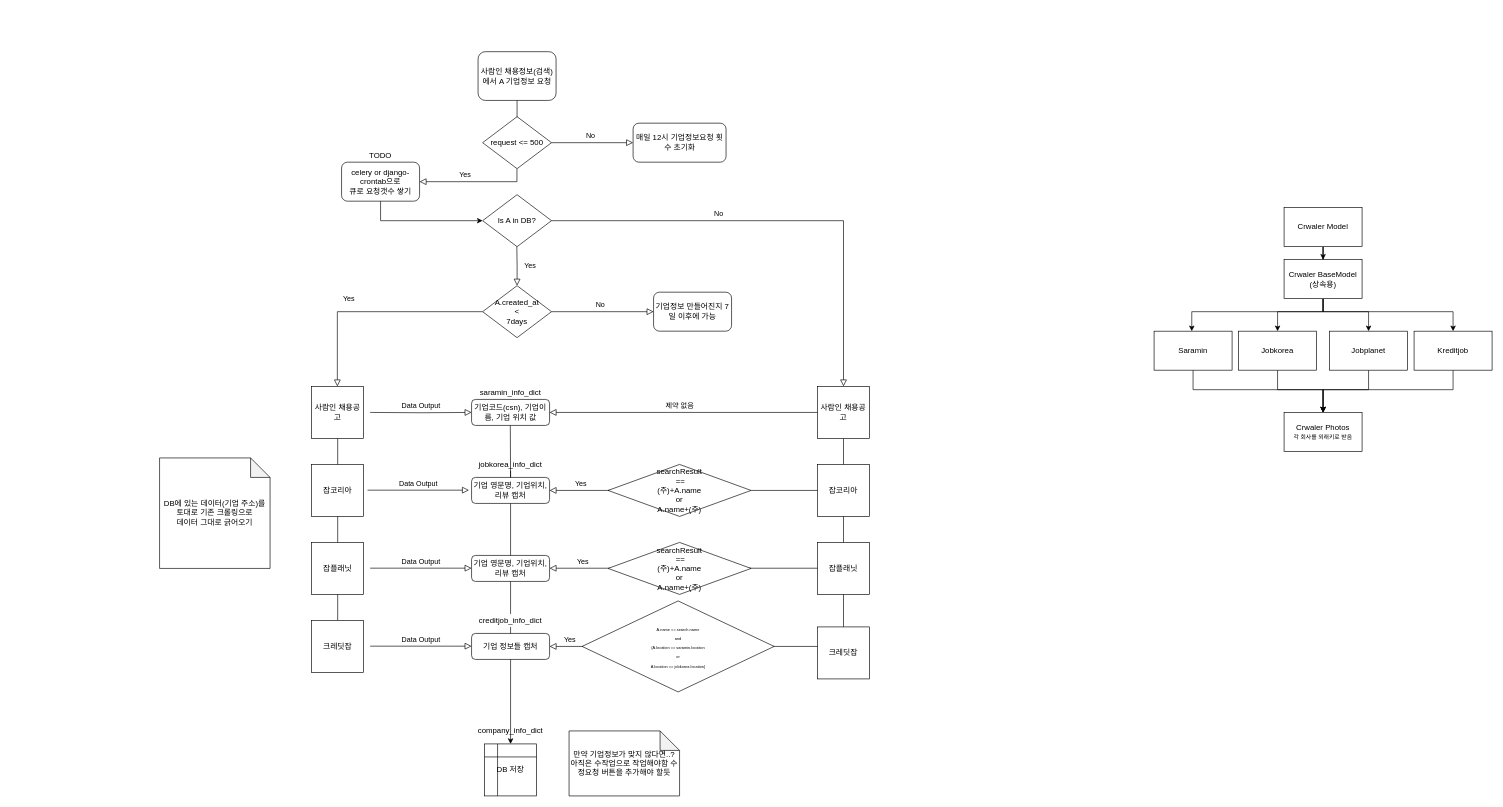
The draw.io diagram Untitled Diagram.drawio in NGG-kang/project3, before the edit. Source tidied: cells renumbered, new cells numbered last; positions are measured from the earlier drawing's top-left corner, leaving out a move shared by most shapes. Both pictures are drawn from the tidied source at 65%, with x=0, y=0 at pixel (159, 51).
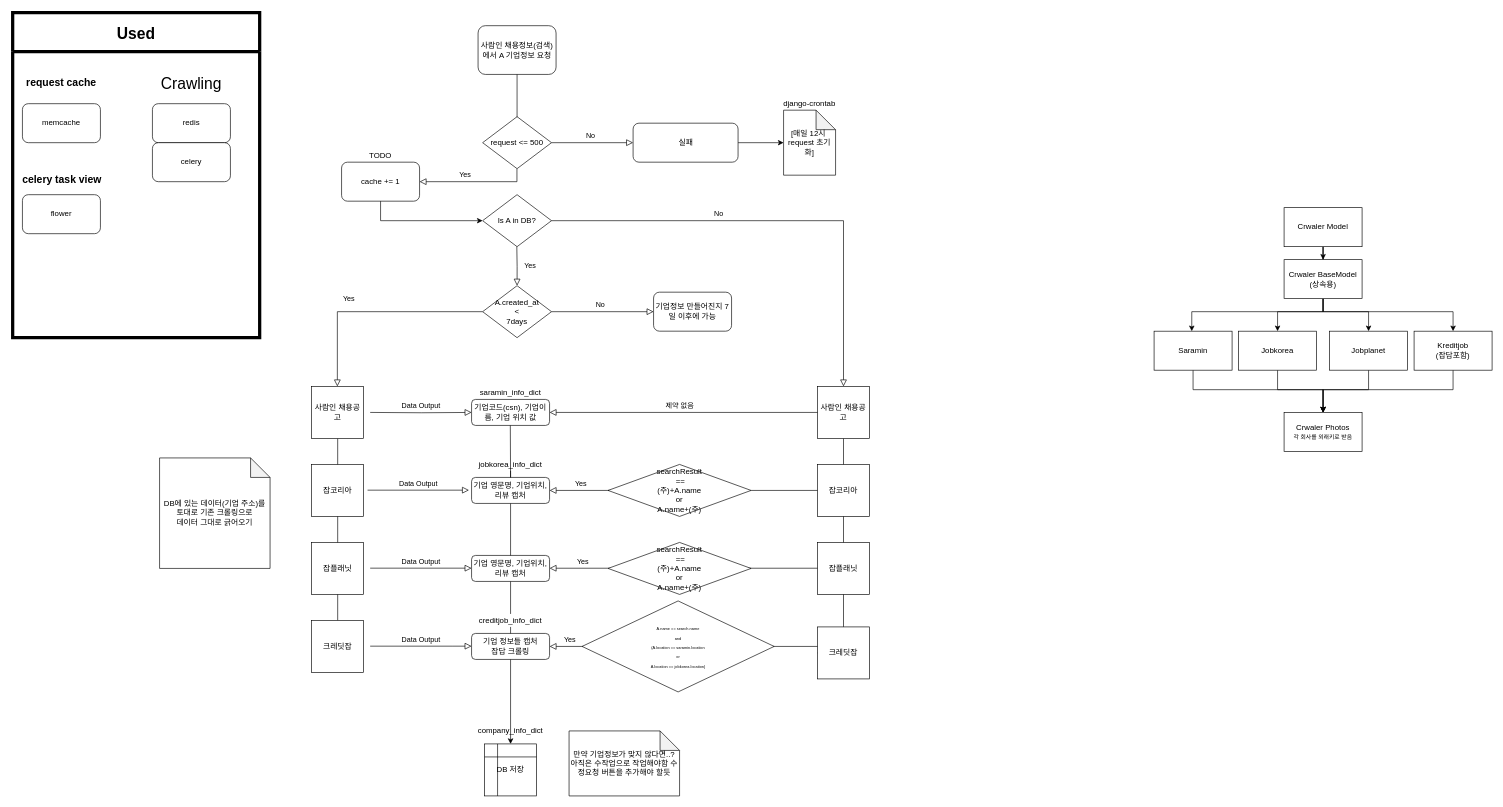
Above is the later version.

The change refers to these unchanged cells:
```xml
<mxCell id="52" style="group;" parent="51" vertex="1">
  <mxGeometry width="120" height="80" as="geometry" />
</mxCell>
```

Change to the diagram source:
```diff
@@
     <mxCell id="8" value="사람인 채용정보(검색)에서 A 기업정보 요청" style="rounded=1;whiteSpace=wrap;html=1;fontSize=12;glass=0;strokeWidth=1;shadow=0;" parent="1" vertex="1">
-      <mxGeometry x="490" width="120" height="75" as="geometry" />
+      <mxGeometry x="490" y="-40" width="120" height="75" as="geometry" />
     </mxCell>
@@
+    <mxCell id="72" style="edgeStyle=orthogonalEdgeStyle;rounded=0;jettySize=auto;html=1;entryX=0;entryY=0.5;entryDx=0;entryDy=0;entryPerimeter=0;" parent="1" edge="1" source="17" target="73">
+      <mxGeometry relative="1" as="geometry" />
+    </mxCell>
-    <mxCell id="17" value="매일 12시 기업정보요청 횟수 초기화" style="rounded=1;whiteSpace=wrap;html=1;" parent="1" vertex="1">
-      <mxGeometry x="728.5" y="110" width="143" height="60" as="geometry" />
+    <mxCell id="17" value="실패" style="rounded=1;whiteSpace=wrap;html=1;" parent="1" vertex="1">
+      <mxGeometry x="728.5" y="110" width="161.5" height="60" as="geometry" />
     </mxCell>
@@
-    <mxCell id="22" value="기업 정보들 캡처" style="rounded=1;whiteSpace=wrap;html=1;fontSize=12;glass=0;strokeWidth=1;shadow=0;" parent="1" vertex="1">
+    <mxCell id="22" value="기업 정보들 캡처&lt;br&gt;잡답 크롤링" style="rounded=1;whiteSpace=wrap;html=1;fontSize=12;glass=0;strokeWidth=1;shadow=0;" parent="1" vertex="1">
       <mxGeometry x="480" y="895" width="120" height="40" as="geometry" />
     </mxCell>
@@
-    <mxCell id="53" value="celery or django-crontab으로 &lt;br&gt;큐로 요청갯수 쌓기" style="rounded=1;whiteSpace=wrap;html=1;" parent="52" vertex="1">
+    <mxCell id="53" value="cache += 1" style="rounded=1;whiteSpace=wrap;html=1;" parent="52" vertex="1">
       <mxGeometry y="20" width="120" height="60" as="geometry" />
     </mxCell>
@@
-    <mxCell id="70" value="Kreditjob" style="rounded=0;whiteSpace=wrap;html=1;" parent="1" vertex="1">
+    <mxCell id="70" value="Kreditjob&lt;br&gt;(잡담포함)" style="rounded=0;whiteSpace=wrap;html=1;" parent="1" vertex="1">
       <mxGeometry x="1930" y="430" width="120" height="60" as="geometry" />
     </mxCell>
@@
+    <mxCell id="73" value="&lt;span&gt;[매일 12시&amp;nbsp; request 초기화]&lt;/span&gt;" style="shape=note;whiteSpace=wrap;html=1;backgroundOutline=1;darkOpacity=0.05;" parent="1" vertex="1">
+      <mxGeometry x="960" y="90" width="80" height="100" as="geometry" />
+    </mxCell>
+    <mxCell id="74" value="django-crontab" style="text;html=1;strokeColor=none;fillColor=none;align=center;verticalAlign=middle;whiteSpace=wrap;rounded=0;" parent="1" vertex="1">
+      <mxGeometry x="950" y="70" width="100" height="20" as="geometry" />
+    </mxCell>
+    <mxCell id="75" value="Used" style="swimlane;fontSize=24;strokeColor=#000000;strokeWidth=5;startSize=60;" parent="1" vertex="1">
+      <mxGeometry x="-226" y="-60" width="380" height="500" as="geometry" />
+    </mxCell>
+    <mxCell id="76" value="&lt;font style=&quot;font-size: 16px&quot;&gt;request cache&lt;/font&gt;" style="text;html=1;fillColor=none;align=center;verticalAlign=middle;whiteSpace=wrap;rounded=0;fontSize=24;fontStyle=1;" parent="75" vertex="1">
+      <mxGeometry x="20" y="80" width="110" height="50" as="geometry" />
+    </mxCell>
+    <mxCell id="77" value="memcache" style="rounded=1;whiteSpace=wrap;html=1;" parent="75" vertex="1">
+      <mxGeometry x="15" y="140" width="120" height="60" as="geometry" />
+    </mxCell>
+    <mxCell id="78" value="Crawling" style="text;html=1;strokeColor=none;fillColor=none;align=center;verticalAlign=middle;whiteSpace=wrap;rounded=0;fontSize=24;" parent="75" vertex="1">
+      <mxGeometry x="255" y="100" width="40" height="20" as="geometry" />
+    </mxCell>
+    <mxCell id="79" value="redis" style="rounded=1;whiteSpace=wrap;html=1;" parent="75" vertex="1">
+      <mxGeometry x="215" y="140" width="120" height="60" as="geometry" />
+    </mxCell>
+    <mxCell id="80" value="celery" style="rounded=1;whiteSpace=wrap;html=1;" parent="75" vertex="1">
+      <mxGeometry x="215" y="200" width="120" height="60" as="geometry" />
+    </mxCell>
+    <mxCell id="81" value="flower" style="rounded=1;whiteSpace=wrap;html=1;" parent="75" vertex="1">
+      <mxGeometry x="15" y="280" width="120" height="60" as="geometry" />
+    </mxCell>
+    <mxCell id="82" value="&lt;span style=&quot;font-size: 16px&quot;&gt;celery task view&lt;/span&gt;" style="text;html=1;fillColor=none;align=center;verticalAlign=middle;whiteSpace=wrap;rounded=0;fontSize=24;fontStyle=1;" parent="75" vertex="1">
+      <mxGeometry x="6" y="230" width="140" height="50" as="geometry" />
+    </mxCell>
```
